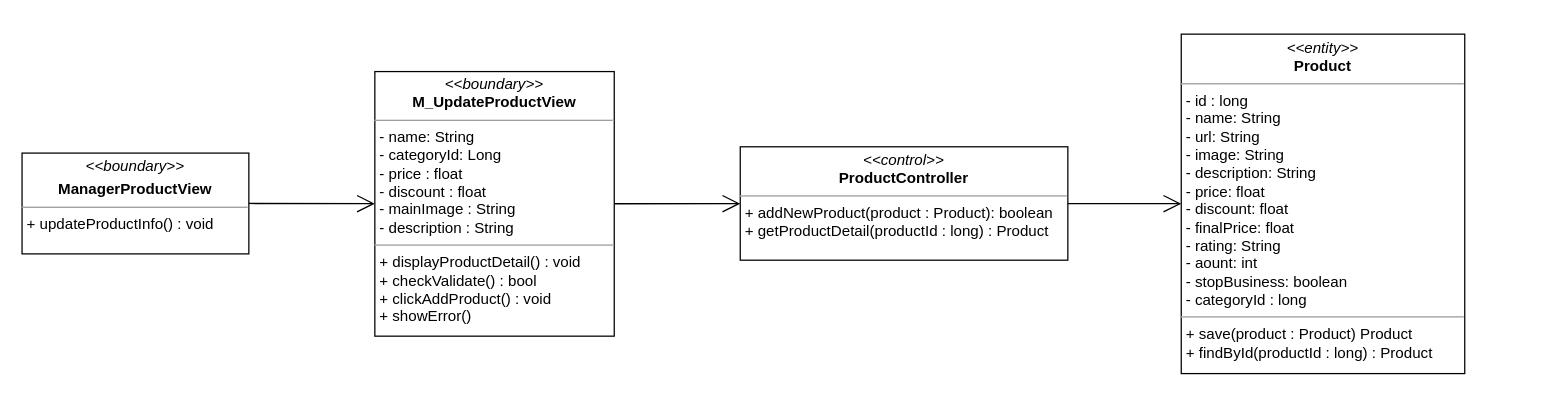
The draw.io diagram class diagram/manager-update-product-class-diagram.drawio in nguyenphamvan/datn_20202, before the edit. Source tidied: cells renumbered, new cells numbered last; positions are measured from the earlier drawing's top-left corner, leaving out a move shared by most shapes. Both pictures are drawn from the tidied source at 126%, with x=0, y=0 at pixel (21, 34).
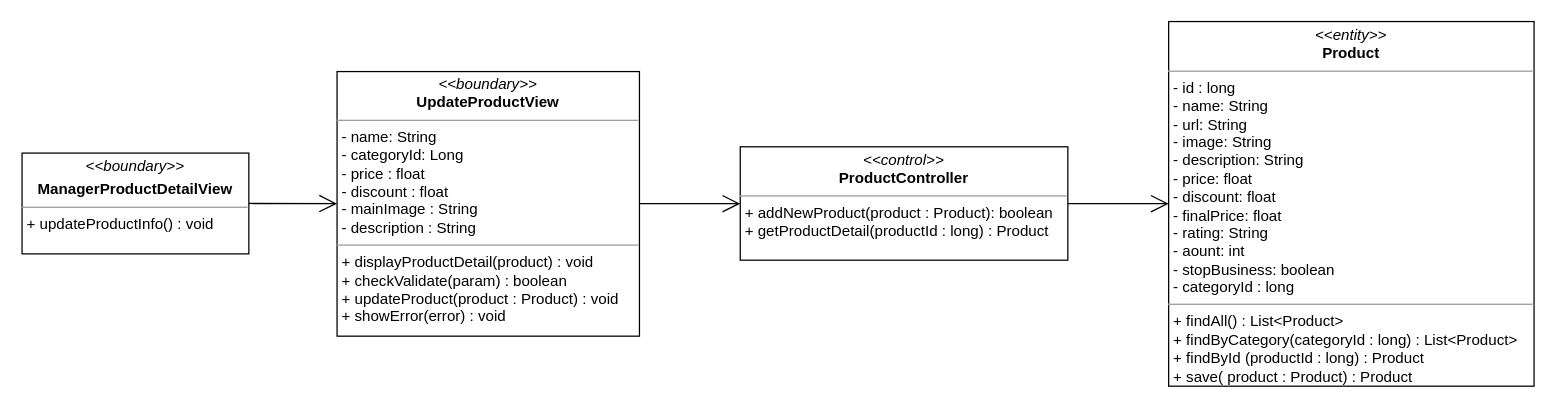
After the change.

What changed in the source:
```diff
@@
 <mxGraphModel>
   <root>
     <mxCell id="0" />
     <mxCell id="1" parent="0" />
-    <mxCell id="2" value="&lt;p style=&quot;margin: 0px ; margin-top: 4px ; text-align: center&quot;&gt;&lt;i&gt;&amp;lt;&amp;lt;boundary&amp;gt;&amp;gt;&lt;/i&gt;&lt;/p&gt;&lt;p style=&quot;margin: 0px ; margin-top: 4px ; text-align: center&quot;&gt;&lt;b&gt;ManagerProductView&lt;/b&gt;&lt;/p&gt;&lt;hr size=&quot;1&quot;&gt;&lt;p style=&quot;margin: 0px ; margin-left: 4px&quot;&gt;&lt;span&gt;+ updateProductInfo() : void&lt;br&gt;&lt;/span&gt;&lt;/p&gt;" style="verticalAlign=top;align=left;overflow=fill;fontSize=12;fontFamily=Helvetica;html=1;" parent="1" vertex="1">
+    <mxCell id="2" value="&lt;p style=&quot;margin: 0px ; margin-top: 4px ; text-align: center&quot;&gt;&lt;i&gt;&amp;lt;&amp;lt;boundary&amp;gt;&amp;gt;&lt;/i&gt;&lt;/p&gt;&lt;p style=&quot;margin: 0px ; margin-top: 4px ; text-align: center&quot;&gt;&lt;b&gt;ManagerProductDetailView&lt;/b&gt;&lt;/p&gt;&lt;hr size=&quot;1&quot;&gt;&lt;p style=&quot;margin: 0px ; margin-left: 4px&quot;&gt;&lt;span&gt;+ updateProductInfo() : void&lt;br&gt;&lt;/span&gt;&lt;/p&gt;" style="verticalAlign=top;align=left;overflow=fill;fontSize=12;fontFamily=Helvetica;html=1;" parent="1" vertex="1">
       <mxGeometry y="94" width="180" height="80" as="geometry" />
     </mxCell>
     <mxCell id="3" style="endArrow=open;endFill=1;endSize=12;html=1;exitX=1;exitY=0.5;exitDx=0;exitDy=0;" parent="1" edge="1" source="2" target="7">
       <mxGeometry relative="1" as="geometry" />
     </mxCell>
     <mxCell id="4" value="&lt;p style=&quot;margin: 0px ; margin-top: 4px ; text-align: center&quot;&gt;&lt;i&gt;&amp;lt;&amp;lt;control&amp;gt;&amp;gt;&lt;/i&gt;&lt;br&gt;&lt;b&gt;ProductController&lt;/b&gt;&lt;/p&gt;&lt;hr size=&quot;1&quot;&gt;&lt;p style=&quot;margin: 0px ; margin-left: 4px&quot;&gt;+ addNewProduct(product : Product): boolean&lt;br&gt;&lt;/p&gt;&lt;p style=&quot;margin: 0px ; margin-left: 4px&quot;&gt;+ getProductDetail(productId : long) : Product&lt;/p&gt;" style="verticalAlign=top;align=left;overflow=fill;fontSize=12;fontFamily=Helvetica;html=1;" parent="1" vertex="1">
       <mxGeometry x="570" y="89" width="260" height="90" as="geometry" />
     </mxCell>
-    <mxCell id="5" value="&lt;p style=&quot;margin: 0px ; margin-top: 4px ; text-align: center&quot;&gt;&lt;i&gt;&amp;lt;&amp;lt;entity&amp;gt;&amp;gt;&lt;/i&gt;&lt;br&gt;&lt;b&gt;Product&lt;/b&gt;&lt;/p&gt;&lt;hr size=&quot;1&quot;&gt;&lt;p style=&quot;margin: 0px ; margin-left: 4px&quot;&gt;- id : long&lt;/p&gt;&lt;p style=&quot;margin: 0px ; margin-left: 4px&quot;&gt;- name: String&lt;br&gt;- url: String&lt;/p&gt;&lt;p style=&quot;margin: 0px ; margin-left: 4px&quot;&gt;- image: String&lt;/p&gt;&lt;p style=&quot;margin: 0px ; margin-left: 4px&quot;&gt;- description: String&lt;/p&gt;&lt;p style=&quot;margin: 0px ; margin-left: 4px&quot;&gt;- price: float&lt;/p&gt;&lt;p style=&quot;margin: 0px ; margin-left: 4px&quot;&gt;- discount: float&lt;/p&gt;&lt;p style=&quot;margin: 0px ; margin-left: 4px&quot;&gt;- finalPrice: float&lt;/p&gt;&lt;p style=&quot;margin: 0px ; margin-left: 4px&quot;&gt;- rating: String&lt;/p&gt;&lt;p style=&quot;margin: 0px ; margin-left: 4px&quot;&gt;- aount: int&lt;/p&gt;&lt;p style=&quot;margin: 0px ; margin-left: 4px&quot;&gt;- stopBusiness: boolean&lt;/p&gt;&lt;p style=&quot;margin: 0px ; margin-left: 4px&quot;&gt;- categoryId : long&lt;/p&gt;&lt;hr size=&quot;1&quot;&gt;&lt;p style=&quot;margin: 0px ; margin-left: 4px&quot;&gt;+ save(product : Product) Product&lt;/p&gt;&lt;p style=&quot;margin: 0px ; margin-left: 4px&quot;&gt;+ findById(productId : long) : Product&lt;/p&gt;" style="verticalAlign=top;align=left;overflow=fill;fontSize=12;fontFamily=Helvetica;html=1;" parent="1" vertex="1">
-      <mxGeometry x="920" y="-0.4" width="225" height="269.4" as="geometry" />
+    <mxCell id="5" value="&lt;p style=&quot;margin: 0px ; margin-top: 4px ; text-align: center&quot;&gt;&lt;i&gt;&amp;lt;&amp;lt;entity&amp;gt;&amp;gt;&lt;/i&gt;&lt;br&gt;&lt;b&gt;Product&lt;/b&gt;&lt;/p&gt;&lt;hr size=&quot;1&quot;&gt;&lt;p style=&quot;margin: 0px ; margin-left: 4px&quot;&gt;- id : long&lt;/p&gt;&lt;p style=&quot;margin: 0px ; margin-left: 4px&quot;&gt;- name: String&lt;br&gt;- url: String&lt;/p&gt;&lt;p style=&quot;margin: 0px ; margin-left: 4px&quot;&gt;- image: String&lt;/p&gt;&lt;p style=&quot;margin: 0px ; margin-left: 4px&quot;&gt;- description: String&lt;/p&gt;&lt;p style=&quot;margin: 0px ; margin-left: 4px&quot;&gt;- price: float&lt;/p&gt;&lt;p style=&quot;margin: 0px ; margin-left: 4px&quot;&gt;- discount: float&lt;/p&gt;&lt;p style=&quot;margin: 0px ; margin-left: 4px&quot;&gt;- finalPrice: float&lt;/p&gt;&lt;p style=&quot;margin: 0px ; margin-left: 4px&quot;&gt;- rating: String&lt;/p&gt;&lt;p style=&quot;margin: 0px ; margin-left: 4px&quot;&gt;- aount: int&lt;/p&gt;&lt;p style=&quot;margin: 0px ; margin-left: 4px&quot;&gt;- stopBusiness: boolean&lt;/p&gt;&lt;p style=&quot;margin: 0px ; margin-left: 4px&quot;&gt;- categoryId : long&lt;/p&gt;&lt;hr size=&quot;1&quot;&gt;&lt;p style=&quot;margin: 0px 0px 0px 4px&quot;&gt;+ findAll() : List&amp;lt;Product&amp;gt;&lt;/p&gt;&lt;p style=&quot;margin: 0px 0px 0px 4px&quot;&gt;+ findByCategory(categoryId : long) : List&amp;lt;Product&amp;gt;&lt;/p&gt;&lt;p style=&quot;margin: 0px 0px 0px 4px&quot;&gt;+ findById (productId : long) : Product&lt;/p&gt;&lt;p style=&quot;margin: 0px 0px 0px 4px&quot;&gt;+ save( product : Product) : Product&lt;/p&gt;" style="verticalAlign=top;align=left;overflow=fill;fontSize=12;fontFamily=Helvetica;html=1;" parent="1" vertex="1">
+      <mxGeometry x="910" y="-10.4" width="290" height="289.4" as="geometry" />
     </mxCell>
     <mxCell id="6" style="endArrow=open;endFill=1;endSize=12;html=1;" parent="1" edge="1" source="4" target="5">
       <mxGeometry relative="1" as="geometry" />
     </mxCell>
-    <mxCell id="7" value="&lt;p style=&quot;margin: 0px ; margin-top: 4px ; text-align: center&quot;&gt;&lt;i&gt;&amp;lt;&amp;lt;boundary&amp;gt;&amp;gt;&lt;/i&gt;&lt;br&gt;&lt;b&gt;M_UpdateProductView&lt;/b&gt;&lt;/p&gt;&lt;hr size=&quot;1&quot;&gt;&lt;p style=&quot;margin: 0px ; margin-left: 4px&quot;&gt;- name: String&lt;br&gt;- categoryId: Long&lt;/p&gt;&lt;p style=&quot;margin: 0px ; margin-left: 4px&quot;&gt;- price : float&lt;/p&gt;&lt;p style=&quot;margin: 0px ; margin-left: 4px&quot;&gt;- discount : float&lt;/p&gt;&lt;p style=&quot;margin: 0px ; margin-left: 4px&quot;&gt;- mainImage : String&lt;/p&gt;&lt;p style=&quot;margin: 0px ; margin-left: 4px&quot;&gt;- description : String&lt;/p&gt;&lt;hr size=&quot;1&quot;&gt;&lt;p style=&quot;margin: 0px 0px 0px 4px&quot;&gt;+ displayProductDetail() : void&lt;/p&gt;&lt;p style=&quot;margin: 0px 0px 0px 4px&quot;&gt;+ checkValidate() : bool&lt;/p&gt;&lt;p style=&quot;margin: 0px 0px 0px 4px&quot;&gt;+ clickAddProduct() : void&lt;/p&gt;&lt;p style=&quot;margin: 0px 0px 0px 4px&quot;&gt;+ showError()&lt;/p&gt;" style="verticalAlign=top;align=left;overflow=fill;fontSize=12;fontFamily=Helvetica;html=1;" parent="1" vertex="1">
-      <mxGeometry x="280" y="29.3" width="190" height="210" as="geometry" />
+    <mxCell id="7" value="&lt;p style=&quot;margin: 0px ; margin-top: 4px ; text-align: center&quot;&gt;&lt;i&gt;&amp;lt;&amp;lt;boundary&amp;gt;&amp;gt;&lt;/i&gt;&lt;br&gt;&lt;b&gt;UpdateProductView&lt;/b&gt;&lt;/p&gt;&lt;hr size=&quot;1&quot;&gt;&lt;p style=&quot;margin: 0px ; margin-left: 4px&quot;&gt;- name: String&lt;br&gt;- categoryId: Long&lt;/p&gt;&lt;p style=&quot;margin: 0px ; margin-left: 4px&quot;&gt;- price : float&lt;/p&gt;&lt;p style=&quot;margin: 0px ; margin-left: 4px&quot;&gt;- discount : float&lt;/p&gt;&lt;p style=&quot;margin: 0px ; margin-left: 4px&quot;&gt;- mainImage : String&lt;/p&gt;&lt;p style=&quot;margin: 0px ; margin-left: 4px&quot;&gt;- description : String&lt;/p&gt;&lt;hr size=&quot;1&quot;&gt;&lt;p style=&quot;margin: 0px 0px 0px 4px&quot;&gt;+ displayProductDetail(product) : void&lt;/p&gt;&lt;p style=&quot;margin: 0px 0px 0px 4px&quot;&gt;+ checkValidate(param) : boolean&lt;/p&gt;&lt;p style=&quot;margin: 0px 0px 0px 4px&quot;&gt;+ updateProduct(product : Product) : void&lt;/p&gt;&lt;p style=&quot;margin: 0px 0px 0px 4px&quot;&gt;+ showError(error) : void&lt;/p&gt;" style="verticalAlign=top;align=left;overflow=fill;fontSize=12;fontFamily=Helvetica;html=1;" parent="1" vertex="1">
+      <mxGeometry x="250" y="29.3" width="240" height="210" as="geometry" />
     </mxCell>
     <mxCell id="8" style="endArrow=open;endFill=1;endSize=12;html=1;" parent="1" edge="1" source="7" target="4">
       <mxGeometry relative="1" as="geometry" />
     </mxCell>
   </root>
 </mxGraphModel>
```
